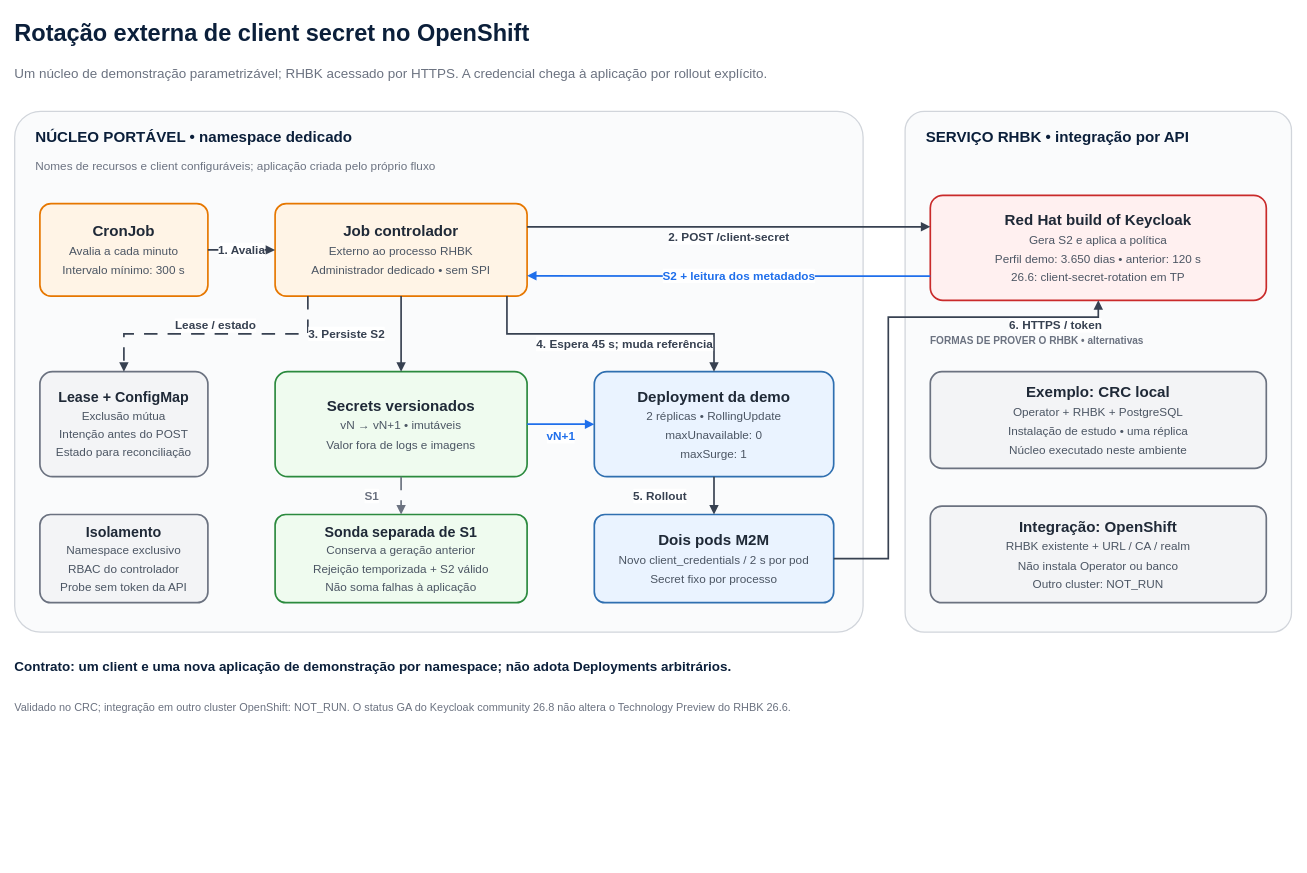
This is page "01 — Núcleo portável e infraestrutura" (1 of 2) of docs/diagramas/arquitetura-rotacao-externa.drawio from csfreitas/rhbk-client-secret-rotation, a draw.io file, before an edit. Source tidied: cells renumbered, new cells numbered last; positions are measured from the earlier drawing's top-left corner, leaving out a move shared by most shapes. Both pictures are drawn from the tidied source at 84%, with x=0, y=0 at pixel (14, 14).
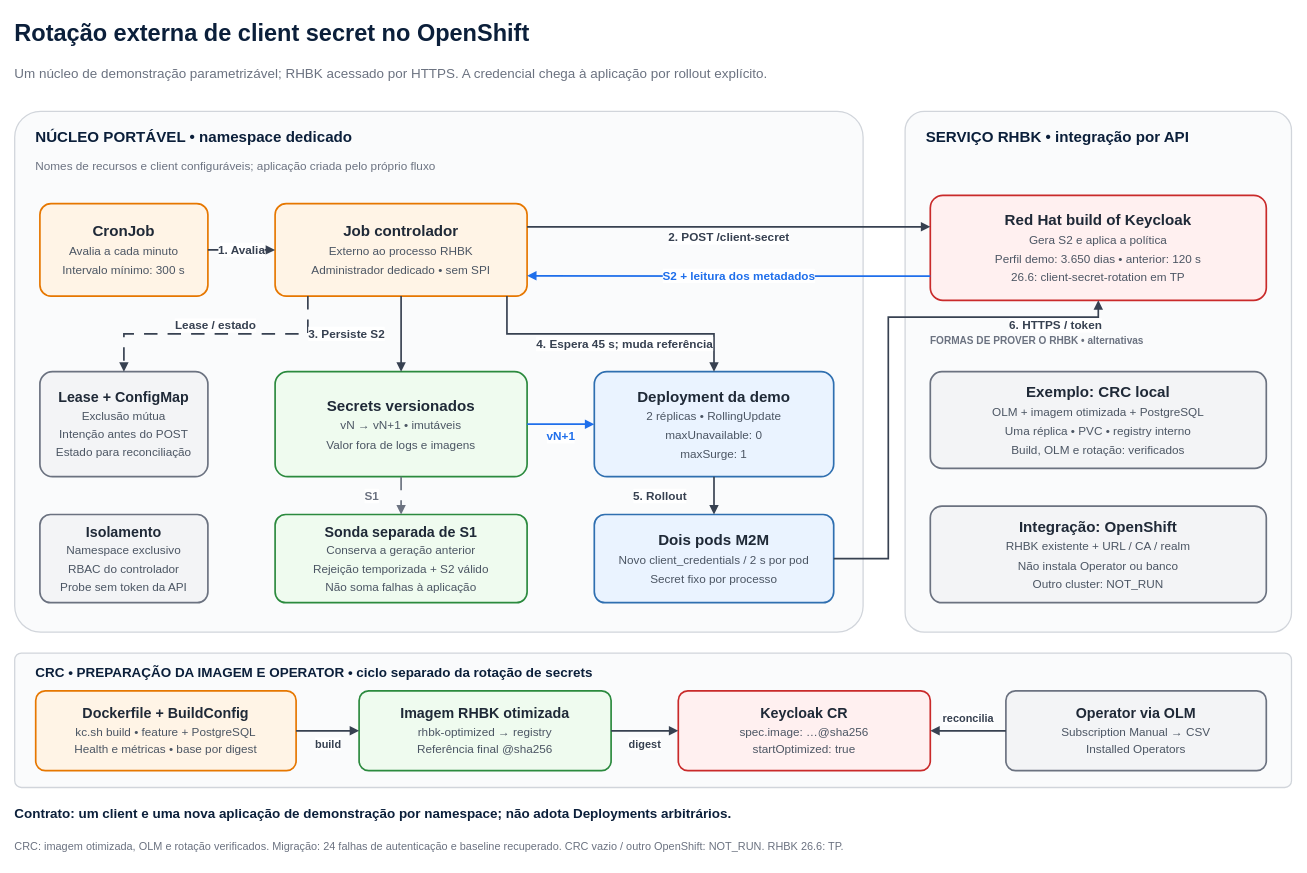
The same diagram, later.

The edit, as a diff of the source:
```diff
@@
-    <mxCell id="19" value="&lt;div style=&quot;font-size:18px;line-height:1.25;text-align:center;&quot;&gt;&lt;b&gt;Exemplo: CRC local&lt;/b&gt;&lt;br&gt;&lt;span style=&quot;font-size:14px;font-weight:normal;color:#4B5563&quot;&gt;Operator + RHBK + PostgreSQL&lt;br&gt;Instalação de estudo • uma réplica&lt;br&gt;Núcleo executado neste ambiente&lt;/span&gt;&lt;/div&gt;" style="rounded=1;whiteSpace=wrap;html=1;fillColor=#F3F4F6;strokeColor=#6B7280;strokeWidth=2;fontColor=#1F2937;spacing=10;arcSize=12;" parent="1" vertex="1">
+    <mxCell id="19" value="&lt;div style=&quot;font-size:18px;line-height:1.25;text-align:center;&quot;&gt;&lt;b&gt;Exemplo: CRC local&lt;/b&gt;&lt;br&gt;&lt;span style=&quot;font-size:14px;font-weight:normal;color:#4B5563&quot;&gt;OLM + imagem otimizada + PostgreSQL&lt;br&gt;Uma réplica • PVC • registry interno&lt;br&gt;Build, OLM e rotação: verificados&lt;/span&gt;&lt;/div&gt;" style="rounded=1;whiteSpace=wrap;html=1;fillColor=#F3F4F6;strokeColor=#6B7280;strokeWidth=2;fontColor=#1F2937;spacing=10;arcSize=12;" parent="1" vertex="1">
       <mxGeometry x="1090" y="425" width="400" height="115" as="geometry" />
     </mxCell>
@@
     <mxCell id="31" value="Contrato: um client e uma nova aplicação de demonstração por namespace; não adota Deployments arbitrários." style="text;html=1;strokeColor=none;fillColor=none;whiteSpace=wrap;overflow=hidden;align=left;verticalAlign=middle;fontSize=16;fontColor=#0B1F3A;fontStyle=1;spacing=0;" parent="1" vertex="1">
-      <mxGeometry y="760" width="1520" height="32" as="geometry" />
+      <mxGeometry y="935" width="1520" height="32" as="geometry" />
     </mxCell>
-    <mxCell id="32" value="Validado no CRC; integração em outro cluster OpenShift: NOT_RUN. O status GA do Keycloak community 26.8 não altera o Technology Preview do RHBK 26.6." style="text;html=1;strokeColor=none;fillColor=none;whiteSpace=wrap;overflow=hidden;align=left;verticalAlign=middle;fontSize=13;fontColor=#6B7280;fontStyle=0;spacing=0;" parent="1" vertex="1">
-      <mxGeometry y="805" width="1520" height="40" as="geometry" />
+    <mxCell id="32" value="CRC: imagem otimizada, OLM e rotação verificados. Migração: 24 falhas de autenticação e baseline recuperado. CRC vazio / outro OpenShift: NOT_RUN. RHBK 26.6: TP." style="text;html=1;strokeColor=none;fillColor=none;whiteSpace=wrap;overflow=hidden;align=left;verticalAlign=middle;fontSize=13;fontColor=#6B7280;fontStyle=0;spacing=0;" parent="1" vertex="1">
+      <mxGeometry y="975" width="1520" height="30" as="geometry" />
     </mxCell>
+    <mxCell id="33" style="rounded=1;html=1;fillColor=#FAFBFC;strokeColor=#D1D5DB;strokeWidth=1.5;arcSize=5;" parent="1" vertex="1">
+      <mxGeometry y="760" width="1520" height="160" as="geometry" />
+    </mxCell>
+    <mxCell id="34" value="CRC • PREPARAÇÃO DA IMAGEM E OPERATOR • ciclo separado da rotação de secrets" style="text;html=1;strokeColor=none;fillColor=none;whiteSpace=wrap;overflow=hidden;align=left;verticalAlign=middle;fontSize=16;fontColor=#0B1F3A;fontStyle=1;spacing=0;" parent="1" vertex="1">
+      <mxGeometry x="25" y="770" width="1470" height="26" as="geometry" />
+    </mxCell>
+    <mxCell id="35" value="&lt;div style=&quot;font-size:17px;line-height:1.25;text-align:center;&quot;&gt;&lt;b&gt;Dockerfile + BuildConfig&lt;/b&gt;&lt;br&gt;&lt;span style=&quot;font-size:14px;font-weight:normal;color:#4B5563&quot;&gt;kc.sh build • feature + PostgreSQL&lt;br&gt;Health e métricas • base por digest&lt;/span&gt;&lt;/div&gt;" style="rounded=1;whiteSpace=wrap;html=1;fillColor=#FFF4E6;strokeColor=#E67700;strokeWidth=2;fontColor=#1F2937;spacing=10;arcSize=12;" parent="1" vertex="1">
+      <mxGeometry x="25" y="805" width="310" height="95" as="geometry" />
+    </mxCell>
+    <mxCell id="36" value="&lt;div style=&quot;font-size:17px;line-height:1.25;text-align:center;&quot;&gt;&lt;b&gt;Imagem RHBK otimizada&lt;/b&gt;&lt;br&gt;&lt;span style=&quot;font-size:14px;font-weight:normal;color:#4B5563&quot;&gt;rhbk-optimized → registry&lt;br&gt;Referência final @sha256&lt;/span&gt;&lt;/div&gt;" style="rounded=1;whiteSpace=wrap;html=1;fillColor=#EFFBEF;strokeColor=#2B8A3E;strokeWidth=2;fontColor=#1F2937;spacing=10;arcSize=12;" parent="1" vertex="1">
+      <mxGeometry x="410" y="805" width="300" height="95" as="geometry" />
+    </mxCell>
+    <mxCell id="37" value="&lt;div style=&quot;font-size:17px;line-height:1.25;text-align:center;&quot;&gt;&lt;b&gt;Keycloak CR&lt;/b&gt;&lt;br&gt;&lt;span style=&quot;font-size:14px;font-weight:normal;color:#4B5563&quot;&gt;spec.image: …@sha256&lt;br&gt;startOptimized: true&lt;/span&gt;&lt;/div&gt;" style="rounded=1;whiteSpace=wrap;html=1;fillColor=#FFF0F0;strokeColor=#C92A2A;strokeWidth=2;fontColor=#1F2937;spacing=10;arcSize=12;" parent="1" vertex="1">
+      <mxGeometry x="790" y="805" width="300" height="95" as="geometry" />
+    </mxCell>
+    <mxCell id="38" value="&lt;div style=&quot;font-size:17px;line-height:1.25;text-align:center;&quot;&gt;&lt;b&gt;Operator via OLM&lt;/b&gt;&lt;br&gt;&lt;span style=&quot;font-size:14px;font-weight:normal;color:#4B5563&quot;&gt;Subscription Manual → CSV&lt;br&gt;Installed Operators&lt;/span&gt;&lt;/div&gt;" style="rounded=1;whiteSpace=wrap;html=1;fillColor=#F3F4F6;strokeColor=#6B7280;strokeWidth=2;fontColor=#1F2937;spacing=10;arcSize=12;" parent="1" vertex="1">
+      <mxGeometry x="1180" y="805" width="310" height="95" as="geometry" />
+    </mxCell>
+    <mxCell id="39" value="build" style="edgeStyle=orthogonalEdgeStyle;rounded=0;jettySize=auto;html=1;endArrow=block;endFill=1;strokeColor=#374151;strokeWidth=2;fontColor=#374151;fontSize=13;fontStyle=1;labelBackgroundColor=#FFFFFF;exitX=1;exitY=0.5;entryX=0;entryY=0.5;" parent="1" edge="1" source="35" target="36">
+      <mxGeometry y="-15" relative="1" as="geometry" />
+    </mxCell>
+    <mxCell id="40" value="digest" style="edgeStyle=orthogonalEdgeStyle;rounded=0;jettySize=auto;html=1;endArrow=block;endFill=1;strokeColor=#374151;strokeWidth=2;fontColor=#374151;fontSize=13;fontStyle=1;labelBackgroundColor=#FFFFFF;exitX=1;exitY=0.5;entryX=0;entryY=0.5;" parent="1" edge="1" source="36" target="37">
+      <mxGeometry y="-15" relative="1" as="geometry" />
+    </mxCell>
+    <mxCell id="41" value="reconcilia" style="edgeStyle=orthogonalEdgeStyle;rounded=0;jettySize=auto;html=1;endArrow=block;endFill=1;strokeColor=#374151;strokeWidth=2;fontColor=#374151;fontSize=13;fontStyle=1;labelBackgroundColor=#FFFFFF;exitX=0;exitY=0.5;entryX=1;entryY=0.5;" parent="1" edge="1" source="38" target="37">
+      <mxGeometry y="-15" relative="1" as="geometry" />
+    </mxCell>
```
